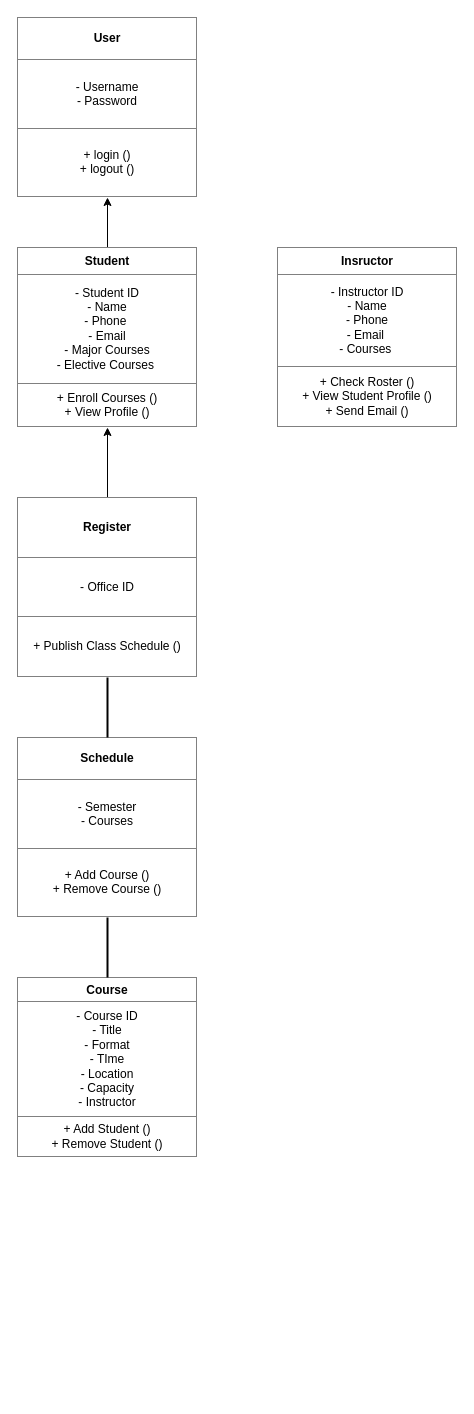
Above: Untitled Diagram.drawio in Briandwards/CIDM2315 (draw.io), before the change. Source tidied: cells renumbered, new cells numbered last; positions are measured from the earlier drawing's top-left corner, leaving out a move shared by most shapes. Both pictures are drawn from the tidied source at 100%, with x=0, y=0 at pixel (17, 17).
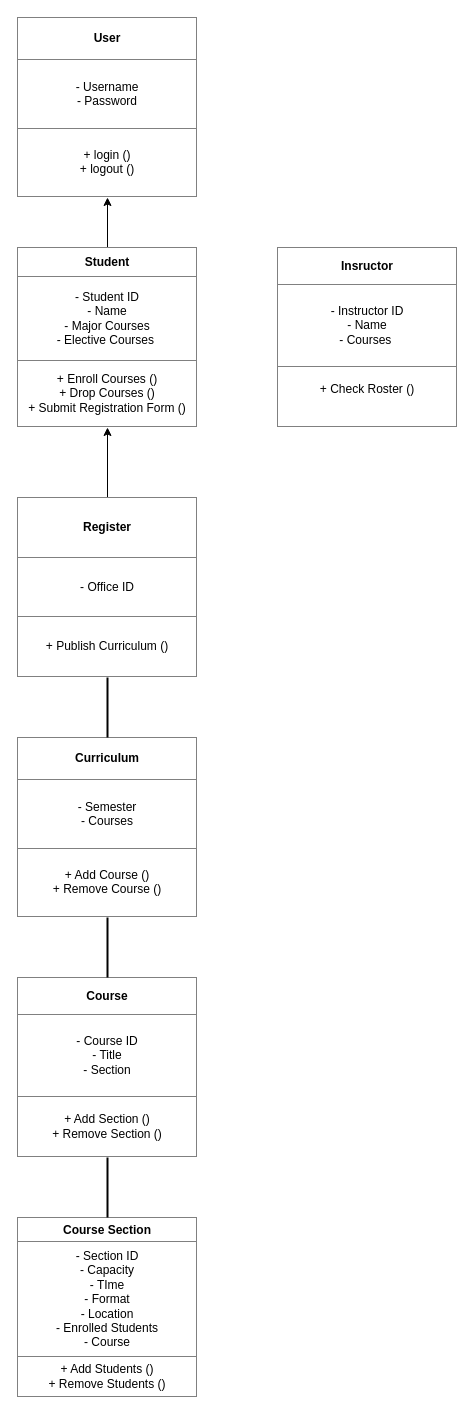
After the change.

The edit, as a diff of the source:
```diff
@@
 <mxGraphModel>
   <root>
     <mxCell id="0" />
     <mxCell id="1" parent="0" />
     <mxCell id="2" value="&lt;table border=&quot;1&quot; width=&quot;100%&quot; height=&quot;100%&quot; cellpadding=&quot;4&quot; style=&quot;width:100%;height:100%;border-collapse:collapse;&quot;&gt;&lt;tbody&gt;&lt;tr&gt;&lt;th align=&quot;center&quot;&gt;User&lt;/th&gt;&lt;/tr&gt;&lt;tr&gt;&lt;td align=&quot;center&quot;&gt;- Username&lt;br&gt;- Password&lt;/td&gt;&lt;/tr&gt;&lt;tr&gt;&lt;td align=&quot;center&quot;&gt;+ login ()&lt;br&gt;+ logout ()&lt;/td&gt;&lt;/tr&gt;&lt;/tbody&gt;&lt;/table&gt;" style="text;html=1;whiteSpace=wrap;strokeColor=none;fillColor=none;overflow=fill;" parent="1" vertex="1">
       <mxGeometry width="180" height="180" as="geometry" />
     </mxCell>
     <mxCell id="3" style="edgeStyle=none;rounded=0;jettySize=auto;html=1;exitX=0.5;exitY=0;exitDx=0;exitDy=0;entryX=0.5;entryY=1;entryDx=0;entryDy=0;" parent="1" edge="1" source="4" target="2">
       <mxGeometry relative="1" as="geometry" />
     </mxCell>
-    <mxCell id="4" value="&lt;table border=&quot;1&quot; width=&quot;100%&quot; height=&quot;100%&quot; cellpadding=&quot;4&quot; style=&quot;width:100%;height:100%;border-collapse:collapse;&quot;&gt;&lt;tbody&gt;&lt;tr&gt;&lt;th align=&quot;center&quot;&gt;Student&lt;/th&gt;&lt;/tr&gt;&lt;tr&gt;&lt;td align=&quot;center&quot;&gt;- Student ID&lt;br&gt;- Name&lt;br&gt;- Phone&amp;nbsp;&lt;br&gt;- Email&lt;br&gt;- Major Courses&lt;br&gt;- Elective Courses&amp;nbsp;&lt;/td&gt;&lt;/tr&gt;&lt;tr&gt;&lt;td align=&quot;center&quot;&gt;+ Enroll Courses ()&lt;br&gt;+ View Profile ()&lt;/td&gt;&lt;/tr&gt;&lt;/tbody&gt;&lt;/table&gt;" style="text;html=1;whiteSpace=wrap;strokeColor=none;fillColor=none;overflow=fill;" parent="1" vertex="1">
+    <mxCell id="4" value="&lt;table border=&quot;1&quot; width=&quot;100%&quot; height=&quot;100%&quot; cellpadding=&quot;4&quot; style=&quot;width:100%;height:100%;border-collapse:collapse;&quot;&gt;&lt;tbody&gt;&lt;tr&gt;&lt;th align=&quot;center&quot;&gt;Student&lt;/th&gt;&lt;/tr&gt;&lt;tr&gt;&lt;td align=&quot;center&quot;&gt;- Student ID&lt;br&gt;- Name&lt;br&gt;- Major Courses&lt;br&gt;- Elective Courses&amp;nbsp;&lt;/td&gt;&lt;/tr&gt;&lt;tr&gt;&lt;td align=&quot;center&quot;&gt;+ Enroll Courses ()&lt;br&gt;+ Drop Courses ()&lt;br&gt;+ Submit Registration Form ()&lt;/td&gt;&lt;/tr&gt;&lt;/tbody&gt;&lt;/table&gt;" style="text;html=1;whiteSpace=wrap;strokeColor=none;fillColor=none;overflow=fill;" parent="1" vertex="1">
       <mxGeometry y="230" width="180" height="180" as="geometry" />
     </mxCell>
-    <mxCell id="5" value="&lt;table border=&quot;1&quot; width=&quot;100%&quot; height=&quot;100%&quot; cellpadding=&quot;4&quot; style=&quot;width:100%;height:100%;border-collapse:collapse;&quot;&gt;&lt;tbody&gt;&lt;tr&gt;&lt;th align=&quot;center&quot;&gt;&lt;b&gt;Insructor&lt;/b&gt;&lt;/th&gt;&lt;/tr&gt;&lt;tr&gt;&lt;td align=&quot;center&quot;&gt;- Instructor ID&lt;br&gt;- Name&lt;br&gt;- Phone&lt;br&gt;- Email&amp;nbsp;&lt;br&gt;- Courses&amp;nbsp;&lt;/td&gt;&lt;/tr&gt;&lt;tr&gt;&lt;td align=&quot;center&quot;&gt;+ Check Roster ()&lt;br&gt;+ View Student Profile ()&lt;br&gt;+ Send Email ()&lt;/td&gt;&lt;/tr&gt;&lt;/tbody&gt;&lt;/table&gt;" style="text;html=1;whiteSpace=wrap;strokeColor=none;fillColor=none;overflow=fill;" parent="1" vertex="1">
+    <mxCell id="5" value="&lt;table border=&quot;1&quot; width=&quot;100%&quot; height=&quot;100%&quot; cellpadding=&quot;4&quot; style=&quot;width:100%;height:100%;border-collapse:collapse;&quot;&gt;&lt;tbody&gt;&lt;tr&gt;&lt;th align=&quot;center&quot;&gt;&lt;b&gt;Insructor&lt;/b&gt;&lt;/th&gt;&lt;/tr&gt;&lt;tr&gt;&lt;td align=&quot;center&quot;&gt;- Instructor ID&lt;br&gt;- Name&lt;br&gt;- Courses&amp;nbsp;&lt;/td&gt;&lt;/tr&gt;&lt;tr&gt;&lt;td align=&quot;center&quot;&gt;+ Check Roster ()&lt;br&gt;&lt;br&gt;&lt;/td&gt;&lt;/tr&gt;&lt;/tbody&gt;&lt;/table&gt;" style="text;html=1;whiteSpace=wrap;strokeColor=none;fillColor=none;overflow=fill;" parent="1" vertex="1">
       <mxGeometry x="260" y="230" width="180" height="180" as="geometry" />
     </mxCell>
     <mxCell id="6" style="edgeStyle=orthogonalEdgeStyle;rounded=0;jettySize=auto;html=1;exitX=0.5;exitY=0;exitDx=0;exitDy=0;entryX=0.5;entryY=1;entryDx=0;entryDy=0;" parent="1" edge="1" source="7" target="4">
       <mxGeometry relative="1" as="geometry" />
     </mxCell>
-    <mxCell id="7" value="&lt;table border=&quot;1&quot; width=&quot;100%&quot; height=&quot;100%&quot; cellpadding=&quot;4&quot; style=&quot;width:100%;height:100%;border-collapse:collapse;&quot;&gt;&lt;tbody&gt;&lt;tr&gt;&lt;th align=&quot;center&quot;&gt;Register&lt;/th&gt;&lt;/tr&gt;&lt;tr&gt;&lt;td align=&quot;center&quot;&gt;- Office ID&lt;/td&gt;&lt;/tr&gt;&lt;tr&gt;&lt;td align=&quot;center&quot;&gt;+ Publish Class Schedule ()&lt;/td&gt;&lt;/tr&gt;&lt;/tbody&gt;&lt;/table&gt;" style="text;html=1;whiteSpace=wrap;strokeColor=none;fillColor=none;overflow=fill;" parent="1" vertex="1">
+    <mxCell id="7" value="&lt;table border=&quot;1&quot; width=&quot;100%&quot; height=&quot;100%&quot; cellpadding=&quot;4&quot; style=&quot;width:100%;height:100%;border-collapse:collapse;&quot;&gt;&lt;tbody&gt;&lt;tr&gt;&lt;th align=&quot;center&quot;&gt;Register&lt;/th&gt;&lt;/tr&gt;&lt;tr&gt;&lt;td align=&quot;center&quot;&gt;- Office ID&lt;/td&gt;&lt;/tr&gt;&lt;tr&gt;&lt;td align=&quot;center&quot;&gt;+ Publish Curriculum ()&lt;/td&gt;&lt;/tr&gt;&lt;/tbody&gt;&lt;/table&gt;" style="text;html=1;whiteSpace=wrap;strokeColor=none;fillColor=none;overflow=fill;" parent="1" vertex="1">
       <mxGeometry y="480" width="180" height="180" as="geometry" />
     </mxCell>
-    <mxCell id="8" value="&lt;table border=&quot;1&quot; width=&quot;100%&quot; height=&quot;100%&quot; cellpadding=&quot;4&quot; style=&quot;width:100%;height:100%;border-collapse:collapse;&quot;&gt;&lt;tbody&gt;&lt;tr&gt;&lt;th align=&quot;center&quot;&gt;&lt;b&gt;Schedule&lt;/b&gt;&lt;/th&gt;&lt;/tr&gt;&lt;tr&gt;&lt;td align=&quot;center&quot;&gt;- Semester&lt;br&gt;- Courses&lt;/td&gt;&lt;/tr&gt;&lt;tr&gt;&lt;td align=&quot;center&quot;&gt;+ Add Course ()&lt;br&gt;+ Remove Course ()&lt;/td&gt;&lt;/tr&gt;&lt;/tbody&gt;&lt;/table&gt;" style="text;html=1;whiteSpace=wrap;strokeColor=none;fillColor=none;overflow=fill;" parent="1" vertex="1">
+    <mxCell id="8" value="&lt;table border=&quot;1&quot; width=&quot;100%&quot; height=&quot;100%&quot; cellpadding=&quot;4&quot; style=&quot;width:100%;height:100%;border-collapse:collapse;&quot;&gt;&lt;tbody&gt;&lt;tr&gt;&lt;th align=&quot;center&quot;&gt;Curriculum&lt;/th&gt;&lt;/tr&gt;&lt;tr&gt;&lt;td align=&quot;center&quot;&gt;- Semester&lt;br&gt;- Courses&lt;/td&gt;&lt;/tr&gt;&lt;tr&gt;&lt;td align=&quot;center&quot;&gt;+ Add Course ()&lt;br&gt;+ Remove Course ()&lt;/td&gt;&lt;/tr&gt;&lt;/tbody&gt;&lt;/table&gt;" style="text;html=1;whiteSpace=wrap;strokeColor=none;fillColor=none;overflow=fill;" parent="1" vertex="1">
       <mxGeometry y="720" width="180" height="180" as="geometry" />
     </mxCell>
-    <mxCell id="9" value="&lt;table border=&quot;1&quot; width=&quot;100%&quot; height=&quot;100%&quot; cellpadding=&quot;4&quot; style=&quot;width:100%;height:100%;border-collapse:collapse;&quot;&gt;&lt;tbody&gt;&lt;tr&gt;&lt;th align=&quot;center&quot;&gt;&lt;b&gt;Course&lt;/b&gt;&lt;/th&gt;&lt;/tr&gt;&lt;tr&gt;&lt;td align=&quot;center&quot;&gt;- Course ID&lt;br&gt;- Title&lt;br&gt;- Format&lt;br&gt;- TIme&lt;br&gt;- Location&lt;br&gt;- Capacity&lt;br&gt;- Instructor&lt;/td&gt;&lt;/tr&gt;&lt;tr&gt;&lt;td align=&quot;center&quot;&gt;+ Add Student ()&lt;br&gt;+ Remove Student ()&lt;/td&gt;&lt;/tr&gt;&lt;/tbody&gt;&lt;/table&gt;" style="text;html=1;whiteSpace=wrap;strokeColor=none;fillColor=none;overflow=fill;" parent="1" vertex="1">
+    <mxCell id="9" value="&lt;table border=&quot;1&quot; width=&quot;100%&quot; height=&quot;100%&quot; cellpadding=&quot;4&quot; style=&quot;width:100%;height:100%;border-collapse:collapse;&quot;&gt;&lt;tbody&gt;&lt;tr&gt;&lt;th align=&quot;center&quot;&gt;&lt;b&gt;Course&lt;/b&gt;&lt;/th&gt;&lt;/tr&gt;&lt;tr&gt;&lt;td align=&quot;center&quot;&gt;- Course ID&lt;br&gt;- Title&lt;br&gt;- Section&lt;/td&gt;&lt;/tr&gt;&lt;tr&gt;&lt;td align=&quot;center&quot;&gt;+ Add Section ()&lt;br&gt;+ Remove Section ()&lt;/td&gt;&lt;/tr&gt;&lt;/tbody&gt;&lt;/table&gt;" style="text;html=1;whiteSpace=wrap;strokeColor=none;fillColor=none;overflow=fill;" parent="1" vertex="1">
       <mxGeometry y="960" width="180" height="180" as="geometry" />
     </mxCell>
     <mxCell id="10" style="line;strokeWidth=2;direction=south;html=1;" parent="1" vertex="1">
       <mxGeometry x="85" y="660" width="10" height="60" as="geometry" />
     </mxCell>
     <mxCell id="11" style="line;strokeWidth=2;direction=south;html=1;" parent="1" vertex="1">
       <mxGeometry x="85" y="900" width="10" height="60" as="geometry" />
     </mxCell>
+    <mxCell id="12" value="&lt;table border=&quot;1&quot; width=&quot;100%&quot; height=&quot;100%&quot; cellpadding=&quot;4&quot; style=&quot;width:100%;height:100%;border-collapse:collapse;&quot;&gt;&lt;tbody&gt;&lt;tr&gt;&lt;th align=&quot;center&quot;&gt;Course Section&lt;/th&gt;&lt;/tr&gt;&lt;tr&gt;&lt;td align=&quot;center&quot;&gt;- Section ID&lt;br&gt;- Capacity&lt;br&gt;- TIme&lt;br&gt;- Format&lt;br&gt;- Location&lt;br&gt;- Enrolled Students&lt;br&gt;- Course&lt;/td&gt;&lt;/tr&gt;&lt;tr&gt;&lt;td align=&quot;center&quot;&gt;+ Add Students ()&lt;br&gt;+ Remove Students ()&lt;/td&gt;&lt;/tr&gt;&lt;/tbody&gt;&lt;/table&gt;" style="text;html=1;whiteSpace=wrap;strokeColor=none;fillColor=none;overflow=fill;" parent="1" vertex="1">
+      <mxGeometry y="1200" width="180" height="180" as="geometry" />
+    </mxCell>
+    <mxCell id="13" style="line;strokeWidth=2;direction=south;html=1;" parent="1" vertex="1">
+      <mxGeometry x="85" y="1140" width="10" height="60" as="geometry" />
+    </mxCell>
   </root>
 </mxGraphModel>
```
